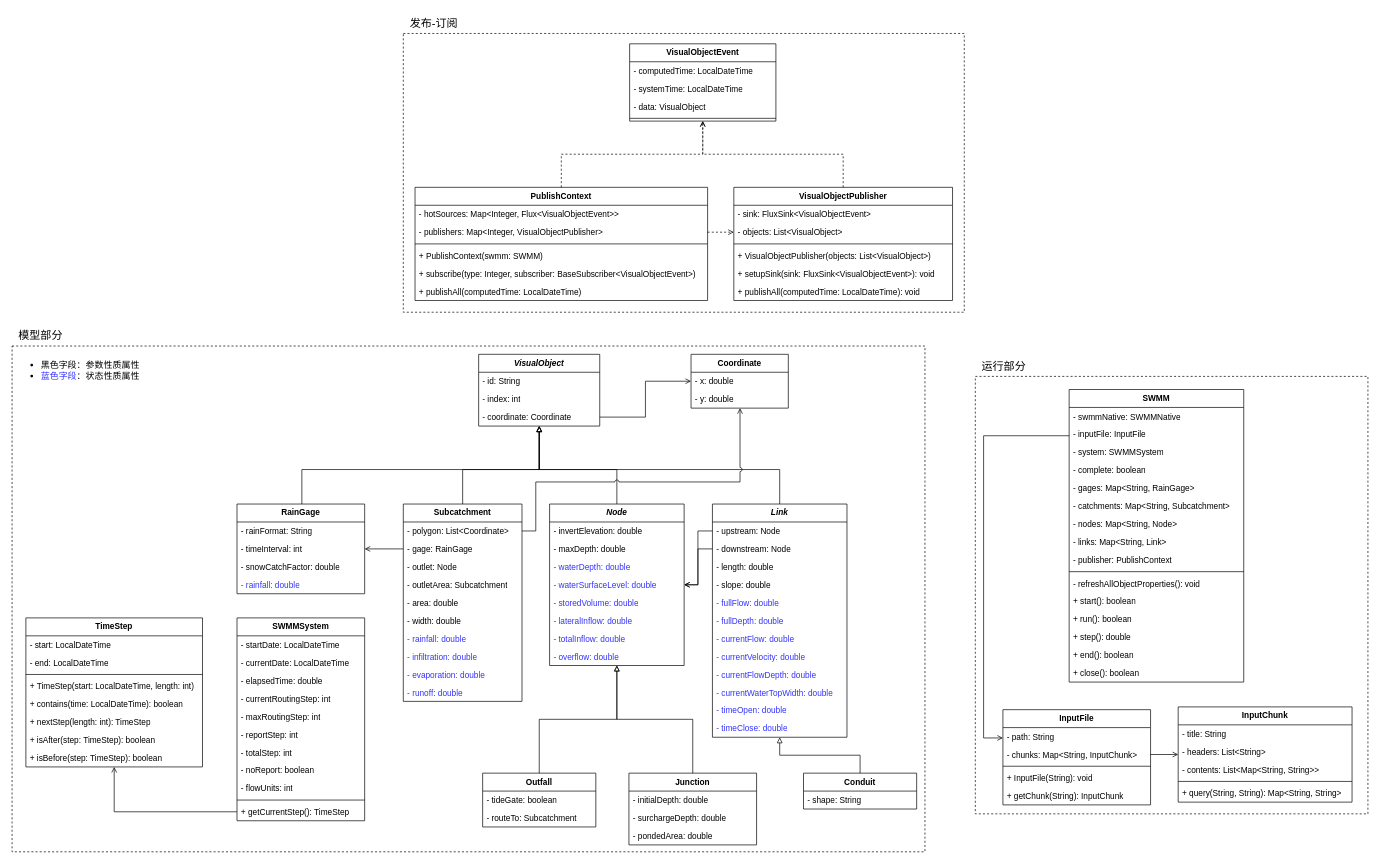
Above: page "SWMM可视对象" (2 of 5) of docs/diagrams/SWMM实现模型图.dio in hubu-mdzhang/swmm-sensorthings (draw.io), before the change. Source tidied: cells renumbered, new cells numbered last; positions are measured from the earlier drawing's top-left corner, leaving out a move shared by most shapes. Both pictures are drawn from the tidied source at 69%, with x=0, y=0 at pixel (12, 12).
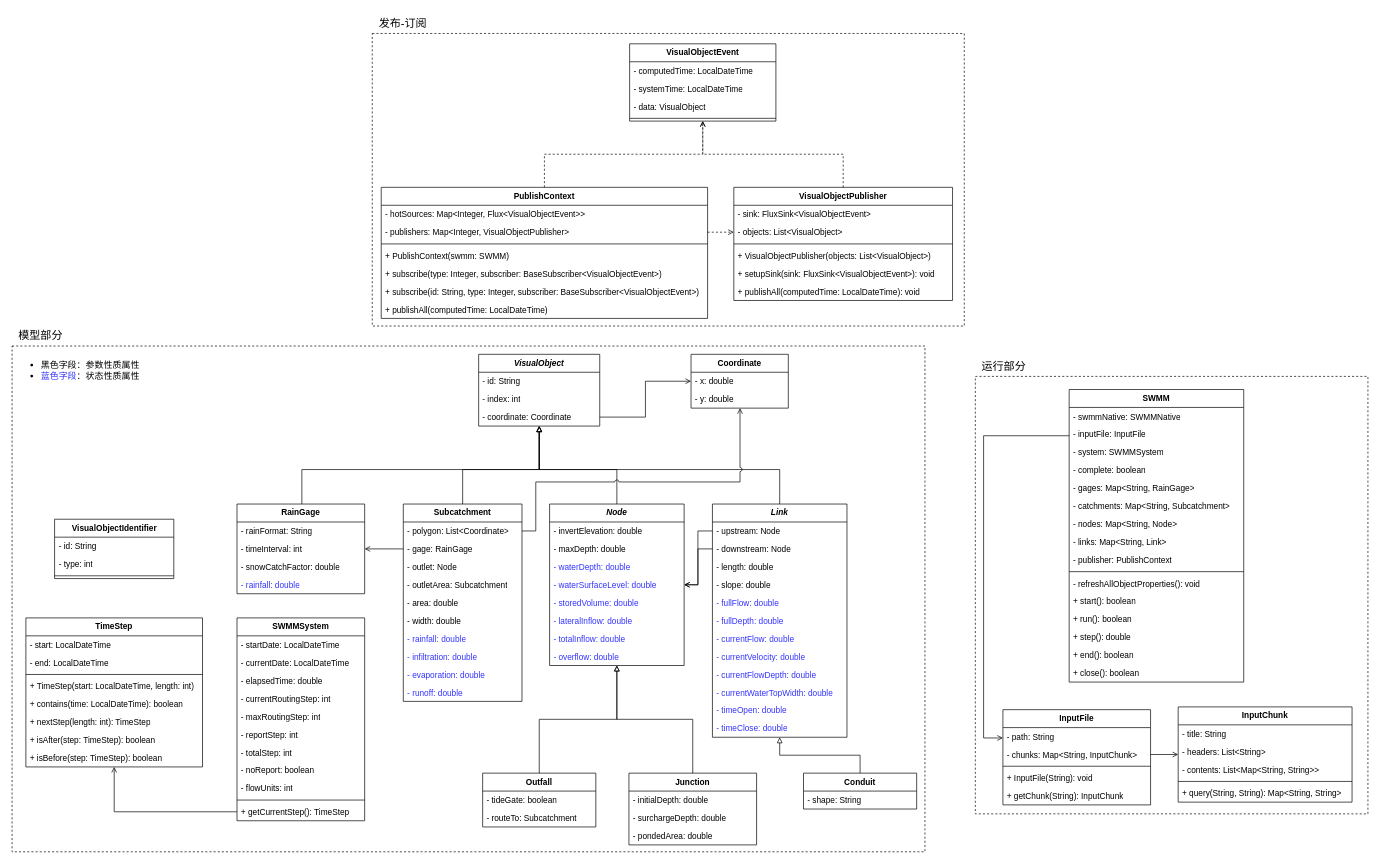
After the change.

Commit message (it also covers changes not shown here):
新增反馈控制逻辑，完善图

Diff of the diagram source:
```diff
@@
+    <mxCell id="149" style="rounded=0;whiteSpace=wrap;html=1;fontFamily=Helvetica;fontSize=11;fontColor=default;labelBackgroundColor=none;dashed=1;fillColor=none;" parent="1" vertex="1">
+      <mxGeometry x="522" y="31" width="858" height="424" as="geometry" />
+    </mxCell>
@@
     <mxCell id="140" value="PublishContext" style="swimlane;fontStyle=1;horizontal=1;startSize=26;fillColor=none;whiteSpace=wrap;html=1;" parent="1" vertex="1">
-      <mxGeometry x="584" y="254" width="424" height="164" as="geometry" />
+      <mxGeometry x="535" y="254" width="473" height="190" as="geometry" />
     </mxCell>
     <mxCell id="141" value="- hotSources: Map&amp;lt;Integer, Flux&amp;lt;VisualObjectEvent&amp;gt;&amp;gt;" style="text;align=left;verticalAlign=top;spacingLeft=4;spacingRight=4;overflow=hidden;whiteSpace=wrap;html=1;strokeColor=none;" parent="140" vertex="1">
-      <mxGeometry y="26" width="424" height="26" as="geometry" />
+      <mxGeometry y="26" width="473" height="26" as="geometry" />
     </mxCell>
     <mxCell id="142" value="- publishers: Map&amp;lt;Integer, VisualObjectPublisher&amp;gt;" style="text;align=left;verticalAlign=top;spacingLeft=4;spacingRight=4;overflow=hidden;points=[[0,0.5],[1,0.5]];portConstraint=eastwest;whiteSpace=wrap;html=1;strokeColor=none;" parent="140" vertex="1">
-      <mxGeometry y="52" width="424" height="26" as="geometry" />
+      <mxGeometry y="52" width="473" height="26" as="geometry" />
     </mxCell>
     <mxCell id="143" style="line;strokeWidth=1;fillColor=none;align=left;verticalAlign=middle;spacingTop=-1;spacingLeft=3;spacingRight=3;labelPosition=right;strokeColor=inherit;" parent="140" vertex="1">
-      <mxGeometry y="78" width="424" height="8" as="geometry" />
+      <mxGeometry y="78" width="473" height="8" as="geometry" />
     </mxCell>
     <mxCell id="144" value="+ PublishContext(swmm: SWMM)" style="text;align=left;verticalAlign=top;spacingLeft=4;spacingRight=4;overflow=hidden;whiteSpace=wrap;html=1;strokeColor=none;" parent="140" vertex="1">
-      <mxGeometry y="86" width="424" height="26" as="geometry" />
+      <mxGeometry y="86" width="473" height="26" as="geometry" />
     </mxCell>
     <mxCell id="145" value="+ subscribe(type: Integer, subscriber: BaseSubscriber&amp;lt;VisualObjectEvent&amp;gt;)" style="text;align=left;verticalAlign=top;spacingLeft=4;spacingRight=4;overflow=hidden;whiteSpace=wrap;html=1;strokeColor=none;" parent="140" vertex="1">
-      <mxGeometry y="112" width="424" height="26" as="geometry" />
+      <mxGeometry y="112" width="473" height="26" as="geometry" />
     </mxCell>
+    <mxCell id="150" value="+ subscribe(id: String, type: Integer, subscriber: BaseSubscriber&amp;lt;VisualObjectEvent&amp;gt;)" style="text;align=left;verticalAlign=top;spacingLeft=4;spacingRight=4;overflow=hidden;whiteSpace=wrap;html=1;strokeColor=none;" parent="140" vertex="1">
+      <mxGeometry y="138" width="473" height="26" as="geometry" />
+    </mxCell>
     <mxCell id="146" value="+ publishAll(computedTime: LocalDateTime)" style="text;align=left;verticalAlign=top;spacingLeft=4;spacingRight=4;overflow=hidden;whiteSpace=wrap;html=1;strokeColor=none;" parent="140" vertex="1">
-      <mxGeometry y="138" width="424" height="26" as="geometry" />
+      <mxGeometry y="164" width="473" height="26" as="geometry" />
     </mxCell>
@@
     <mxCell id="148" value="发布-订阅" style="text;html=1;align=center;verticalAlign=middle;strokeColor=none;fillColor=none;fontFamily=Helvetica;fontSize=16;fontColor=default;labelBackgroundColor=default;" parent="1" vertex="1">
-      <mxGeometry x="567" width="87" height="31" as="geometry" />
+      <mxGeometry x="522" width="87" height="31" as="geometry" />
     </mxCell>
-    <mxCell id="149" style="rounded=0;whiteSpace=wrap;html=1;fontFamily=Helvetica;fontSize=11;fontColor=default;labelBackgroundColor=none;dashed=1;fillColor=none;" parent="1" vertex="1">
-      <mxGeometry x="567" y="31" width="813" height="404" as="geometry" />
-    </mxCell>
+    <mxCell id="151" value="VisualObjectIdentifier" style="swimlane;fontStyle=1;align=center;verticalAlign=top;horizontal=1;startSize=26;whiteSpace=wrap;html=1;" parent="1" vertex="1">
+      <mxGeometry x="61.6" y="735" width="172.8" height="86" as="geometry" />
+    </mxCell>
+    <mxCell id="152" value="- id: String" style="text;strokeColor=none;fillColor=none;align=left;verticalAlign=top;spacingLeft=4;spacingRight=4;overflow=hidden;whiteSpace=wrap;html=1;" parent="151" vertex="1">
+      <mxGeometry y="26" width="172.8" height="26" as="geometry" />
+    </mxCell>
+    <mxCell id="153" value="- type: int" style="text;strokeColor=none;fillColor=none;align=left;verticalAlign=top;spacingLeft=4;spacingRight=4;overflow=hidden;whiteSpace=wrap;html=1;" parent="151" vertex="1">
+      <mxGeometry y="52" width="172.8" height="26" as="geometry" />
+    </mxCell>
+    <mxCell id="154" style="line;strokeWidth=1;fillColor=none;align=left;verticalAlign=middle;spacingTop=-1;spacingLeft=3;spacingRight=3;labelPosition=right;strokeColor=inherit;" parent="151" vertex="1">
+      <mxGeometry y="78" width="172.8" height="8" as="geometry" />
+    </mxCell>
```
